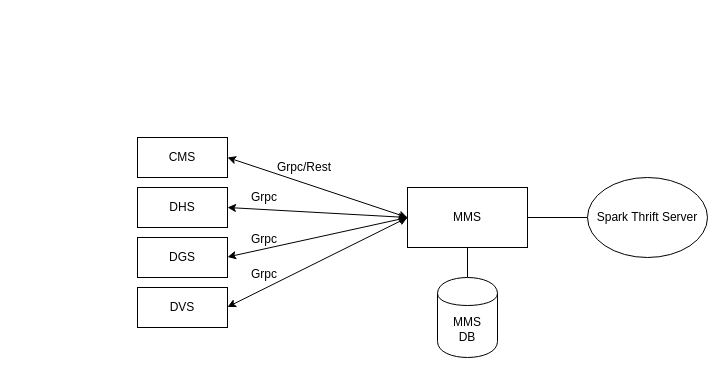
This is MMS 분리.drawio from salme1541/springdatajpademo, a draw.io file, before an edit. Source tidied: cells renumbered, new cells numbered last; positions are measured from the earlier drawing's top-left corner, leaving out a move shared by most shapes. Both pictures are drawn from the tidied source at 100%, with x=0, y=0 at pixel (137, 137).
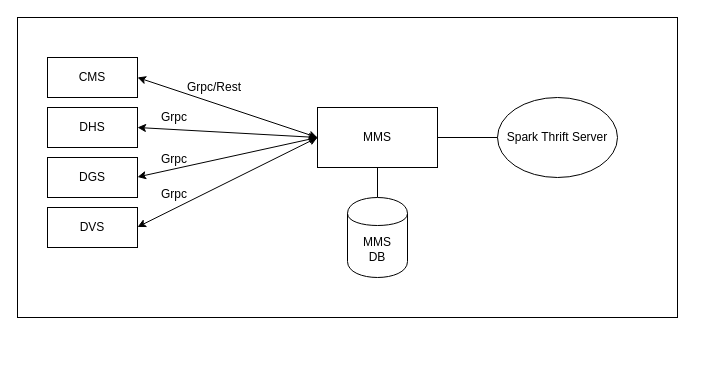
The same page after the edit.

The edit, as a diff of the source:
```diff
@@
+    <mxCell id="19" style="rounded=0;whiteSpace=wrap;html=1;" parent="1" vertex="1">
+      <mxGeometry x="-120" y="-120" width="660" height="300" as="geometry" />
+    </mxCell>
+    <mxCell id="20" style="group;" parent="1" vertex="1">
+      <mxGeometry x="-90" y="-80" width="570" height="255" as="geometry" />
+    </mxCell>
-    <mxCell id="2" value="CMS" style="rounded=0;whiteSpace=wrap;html=1;" parent="1" vertex="1">
+    <mxCell id="2" value="CMS" style="rounded=0;whiteSpace=wrap;html=1;" parent="20" vertex="1">
       <mxGeometry width="90" height="40" as="geometry" />
     </mxCell>
-    <mxCell id="3" value="DHS" style="rounded=0;whiteSpace=wrap;html=1;" parent="1" vertex="1">
+    <mxCell id="3" value="DHS" style="rounded=0;whiteSpace=wrap;html=1;" parent="20" vertex="1">
       <mxGeometry y="50" width="90" height="40" as="geometry" />
     </mxCell>
-    <mxCell id="4" value="DGS" style="rounded=0;whiteSpace=wrap;html=1;" parent="1" vertex="1">
+    <mxCell id="4" value="DGS" style="rounded=0;whiteSpace=wrap;html=1;" parent="20" vertex="1">
       <mxGeometry y="100" width="90" height="40" as="geometry" />
     </mxCell>
-    <mxCell id="5" value="DVS" style="rounded=0;whiteSpace=wrap;html=1;" parent="1" vertex="1">
+    <mxCell id="5" value="DVS" style="rounded=0;whiteSpace=wrap;html=1;" parent="20" vertex="1">
       <mxGeometry y="150" width="90" height="40" as="geometry" />
     </mxCell>
-    <mxCell id="6" style="edgeStyle=orthogonalEdgeStyle;rounded=0;jettySize=auto;html=1;exitX=1;exitY=0.5;exitDx=0;exitDy=0;entryX=0;entryY=0.5;entryDx=0;entryDy=0;endArrow=none;endFill=0;" parent="1" edge="1" source="7" target="10">
-      <mxGeometry relative="1" as="geometry" />
-    </mxCell>
-    <mxCell id="7" value="MMS" style="rounded=0;whiteSpace=wrap;html=1;" parent="1" vertex="1">
+    <mxCell id="7" value="MMS" style="rounded=0;whiteSpace=wrap;html=1;" parent="20" vertex="1">
       <mxGeometry x="270" y="50" width="120" height="60" as="geometry" />
     </mxCell>
-    <mxCell id="8" style="edgeStyle=orthogonalEdgeStyle;rounded=0;jettySize=auto;html=1;exitX=0.5;exitY=0;exitDx=0;exitDy=0;entryX=0.5;entryY=1;entryDx=0;entryDy=0;endArrow=none;endFill=0;" parent="1" edge="1" source="9" target="7">
+    <mxCell id="8" style="edgeStyle=orthogonalEdgeStyle;rounded=0;jettySize=auto;html=1;exitX=0.5;exitY=0;exitDx=0;exitDy=0;entryX=0.5;entryY=1;entryDx=0;entryDy=0;endArrow=none;endFill=0;" parent="20" edge="1" source="9" target="7">
       <mxGeometry relative="1" as="geometry" />
     </mxCell>
-    <mxCell id="9" value="MMS&lt;br&gt;DB" style="shape=cylinder;whiteSpace=wrap;html=1;boundedLbl=1;backgroundOutline=1;" parent="1" vertex="1">
+    <mxCell id="9" value="MMS&lt;br&gt;DB" style="shape=cylinder;whiteSpace=wrap;html=1;boundedLbl=1;backgroundOutline=1;" parent="20" vertex="1">
       <mxGeometry x="300" y="140" width="60" height="80" as="geometry" />
     </mxCell>
-    <mxCell id="10" value="Spark Thrift Server" style="ellipse;whiteSpace=wrap;html=1;" parent="1" vertex="1">
+    <mxCell id="10" value="Spark Thrift Server" style="ellipse;whiteSpace=wrap;html=1;" parent="20" vertex="1">
       <mxGeometry x="450" y="40" width="120" height="80" as="geometry" />
     </mxCell>
-    <mxCell id="11" style="endArrow=classic;html=1;exitX=1;exitY=0.5;exitDx=0;exitDy=0;entryX=0;entryY=0.5;entryDx=0;entryDy=0;startArrow=classic;startFill=1;" parent="1" edge="1" source="2" target="7">
+    <mxCell id="11" style="endArrow=classic;html=1;exitX=1;exitY=0.5;exitDx=0;exitDy=0;entryX=0;entryY=0.5;entryDx=0;entryDy=0;startArrow=classic;startFill=1;" parent="20" edge="1" source="2" target="7">
       <mxGeometry relative="1" as="geometry" />
     </mxCell>
+    <mxCell id="6" style="edgeStyle=orthogonalEdgeStyle;rounded=0;jettySize=auto;html=1;exitX=1;exitY=0.5;exitDx=0;exitDy=0;entryX=0;entryY=0.5;entryDx=0;entryDy=0;endArrow=none;endFill=0;" parent="20" edge="1" source="7" target="10">
+      <mxGeometry relative="1" as="geometry" />
+    </mxCell>
-    <mxCell id="12" style="endArrow=classic;html=1;exitX=1;exitY=0.5;exitDx=0;exitDy=0;entryX=0;entryY=0.5;entryDx=0;entryDy=0;startArrow=classic;startFill=1;" parent="1" edge="1" source="3" target="7">
+    <mxCell id="12" style="endArrow=classic;html=1;exitX=1;exitY=0.5;exitDx=0;exitDy=0;entryX=0;entryY=0.5;entryDx=0;entryDy=0;startArrow=classic;startFill=1;" parent="20" edge="1" source="3" target="7">
       <mxGeometry relative="1" as="geometry" />
     </mxCell>
-    <mxCell id="13" style="endArrow=classic;html=1;exitX=1;exitY=0.5;exitDx=0;exitDy=0;startArrow=classic;startFill=1;entryX=0;entryY=0.5;entryDx=0;entryDy=0;" parent="1" edge="1" target="7">
+    <mxCell id="13" style="endArrow=classic;html=1;exitX=1;exitY=0.5;exitDx=0;exitDy=0;startArrow=classic;startFill=1;entryX=0;entryY=0.5;entryDx=0;entryDy=0;" parent="20" edge="1" target="7">
       <mxGeometry relative="1" as="geometry">
         <mxPoint x="90" y="119.5" as="sourcePoint" />
       </mxGeometry>
     </mxCell>
-    <mxCell id="14" style="endArrow=classic;html=1;exitX=1;exitY=0.5;exitDx=0;exitDy=0;startArrow=classic;startFill=1;entryX=0;entryY=0.5;entryDx=0;entryDy=0;" parent="1" edge="1" target="7">
+    <mxCell id="14" style="endArrow=classic;html=1;exitX=1;exitY=0.5;exitDx=0;exitDy=0;startArrow=classic;startFill=1;entryX=0;entryY=0.5;entryDx=0;entryDy=0;" parent="20" edge="1" target="7">
       <mxGeometry relative="1" as="geometry">
         <mxPoint x="90" y="169.5" as="sourcePoint" />
       </mxGeometry>
     </mxCell>
-    <mxCell id="15" value="Grpc" style="text;html=1;strokeColor=none;fillColor=none;align=center;verticalAlign=middle;whiteSpace=wrap;rounded=0;" parent="1" vertex="1">
+    <mxCell id="15" value="Grpc" style="text;html=1;strokeColor=none;fillColor=none;align=center;verticalAlign=middle;whiteSpace=wrap;rounded=0;" parent="20" vertex="1">
       <mxGeometry x="107" y="127" width="40" height="20" as="geometry" />
     </mxCell>
-    <mxCell id="16" value="Grpc" style="text;html=1;strokeColor=none;fillColor=none;align=center;verticalAlign=middle;whiteSpace=wrap;rounded=0;" parent="1" vertex="1">
+    <mxCell id="16" value="Grpc" style="text;html=1;strokeColor=none;fillColor=none;align=center;verticalAlign=middle;whiteSpace=wrap;rounded=0;" parent="20" vertex="1">
       <mxGeometry x="107" y="92" width="40" height="20" as="geometry" />
     </mxCell>
-    <mxCell id="17" value="Grpc" style="text;html=1;strokeColor=none;fillColor=none;align=center;verticalAlign=middle;whiteSpace=wrap;rounded=0;" parent="1" vertex="1">
+    <mxCell id="17" value="Grpc" style="text;html=1;strokeColor=none;fillColor=none;align=center;verticalAlign=middle;whiteSpace=wrap;rounded=0;" parent="20" vertex="1">
       <mxGeometry x="107" y="50" width="40" height="20" as="geometry" />
     </mxCell>
-    <mxCell id="18" value="Grpc/Rest" style="text;html=1;strokeColor=none;fillColor=none;align=center;verticalAlign=middle;whiteSpace=wrap;rounded=0;" parent="1" vertex="1">
+    <mxCell id="18" value="Grpc/Rest" style="text;html=1;strokeColor=none;fillColor=none;align=center;verticalAlign=middle;whiteSpace=wrap;rounded=0;" parent="20" vertex="1">
       <mxGeometry x="147" y="20" width="40" height="20" as="geometry" />
     </mxCell>
```
